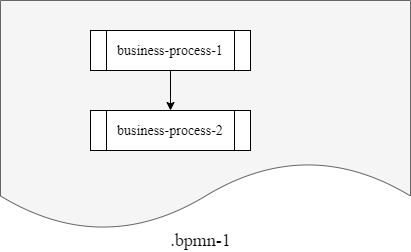
Above: modules/registry-develop/images/bp-modeling/bp/subprocesses/call-activities/call-activity-same-bpmn.png in epam/edp-ddm-architecture (draw.io), before the change. Source tidied: cells renumbered, new cells last; positions are measured from the earlier drawing's top-left corner, leaving out a move shared by most shapes.
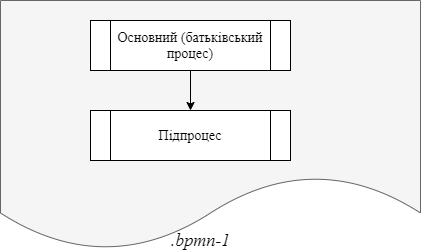
Later version of the same file.

Change to the diagram source:
```diff
@@ -3,19 +3,19 @@
     <mxCell id="0" />
     <mxCell id="1" parent="0" />
     <mxCell id="2" style="shape=document;whiteSpace=wrap;html=1;boundedLbl=1;fillColor=#f5f5f5;fontColor=#333333;strokeColor=#666666;" parent="1" vertex="1">
-      <mxGeometry width="410" height="230" as="geometry" />
+      <mxGeometry width="420" height="250" as="geometry" />
     </mxCell>
     <mxCell id="3" style="edgeStyle=orthogonalEdgeStyle;rounded=0;jettySize=auto;html=1;" parent="1" edge="1" source="4" target="5">
       <mxGeometry relative="1" as="geometry" />
     </mxCell>
-    <mxCell id="4" value="&lt;font style=&quot;font-size: 14px&quot; face=&quot;Times New Roman&quot;&gt;business-process-1&lt;/font&gt;" style="shape=process;whiteSpace=wrap;html=1;backgroundOutline=1;" parent="1" vertex="1">
-      <mxGeometry x="90" y="30" width="160" height="40" as="geometry" />
+    <mxCell id="4" value="&lt;font face=&quot;Times New Roman&quot;&gt;&lt;span style=&quot;font-size: 14px&quot;&gt;Основний (батьківський процес)&lt;/span&gt;&lt;/font&gt;" style="shape=process;whiteSpace=wrap;html=1;backgroundOutline=1;" parent="1" vertex="1">
+      <mxGeometry x="90" y="20" width="200" height="50" as="geometry" />
     </mxCell>
-    <mxCell id="5" value="&lt;font face=&quot;Times New Roman&quot; style=&quot;font-size: 14px&quot;&gt;business-process-2&lt;/font&gt;" style="shape=process;whiteSpace=wrap;html=1;backgroundOutline=1;" parent="1" vertex="1">
-      <mxGeometry x="90" y="110" width="160" height="40" as="geometry" />
+    <mxCell id="5" value="&lt;font face=&quot;Times New Roman&quot; style=&quot;font-size: 14px&quot;&gt;Підпроцес&lt;/font&gt;" style="shape=process;whiteSpace=wrap;html=1;backgroundOutline=1;" parent="1" vertex="1">
+      <mxGeometry x="90" y="110" width="200" height="50" as="geometry" />
     </mxCell>
-    <mxCell id="6" value="&lt;font style=&quot;font-size: 18px&quot; face=&quot;Times New Roman&quot;&gt;.bpmn-1&lt;/font&gt;" style="text;html=1;align=center;verticalAlign=middle;strokeColor=none;fillColor=none;" parent="1" vertex="1">
-      <mxGeometry x="160" y="230" width="80" height="20" as="geometry" />
+    <mxCell id="6" value="&lt;font style=&quot;font-size: 18px&quot; face=&quot;Times New Roman&quot;&gt;&lt;i&gt;.bpmn-1&lt;/i&gt;&lt;/font&gt;" style="text;html=1;align=center;verticalAlign=middle;strokeColor=none;fillColor=none;" parent="1" vertex="1">
+      <mxGeometry x="165" y="230" width="70" height="20" as="geometry" />
     </mxCell>
   </root>
 </mxGraphModel>
```
